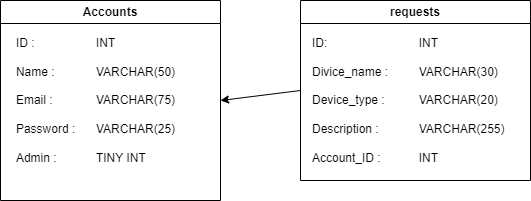
This is Documentation/Diagrammen/ERD.png from WhatABeatifulDuwang/UNeedIT, a draw.io export, as it was before one commit. Source tidied: cells renumbered, new cells last; positions are measured from the earlier drawing's top-left corner, leaving out a move shared by most shapes. Source of this version:
```xml
<mxGraphModel>
  <root>
    <mxCell id="0" />
    <mxCell id="1" parent="0" />
    <mxCell id="2" value="Accounts" style="swimlane;whiteSpace=wrap;html=1;" parent="1" vertex="1">
      <mxGeometry width="220" height="200" as="geometry" />
    </mxCell>
    <mxCell id="3" value="&lt;div&gt;&lt;br&gt;&lt;/div&gt;" style="text;html=1;align=left;verticalAlign=middle;strokeColor=none;fillColor=none;" parent="2" vertex="1">
      <mxGeometry y="35" width="20" height="30" as="geometry" />
    </mxCell>
    <mxCell id="4" value="&lt;div style=&quot;text-align: left;&quot;&gt;&lt;span style=&quot;background-color: initial;&quot;&gt;ID :&lt;span style=&quot;white-space: pre;&quot;&gt;&#9;&lt;/span&gt;&lt;span style=&quot;white-space: pre;&quot;&gt;&#9;&lt;/span&gt;&lt;span style=&quot;white-space: pre;&quot;&gt;&#9;&lt;/span&gt;&lt;/span&gt;&lt;span style=&quot;background-color: initial;&quot;&gt;INT&lt;/span&gt;&lt;/div&gt;&lt;div style=&quot;text-align: left;&quot;&gt;&lt;span style=&quot;background-color: initial;&quot;&gt;&lt;br&gt;&lt;/span&gt;&lt;/div&gt;&lt;div&gt;&lt;div style=&quot;text-align: left;&quot;&gt;&lt;span style=&quot;background-color: initial;&quot;&gt;Name :&lt;span style=&quot;white-space: pre;&quot;&gt;&#9;&lt;/span&gt;&lt;/span&gt;&lt;span style=&quot;background-color: initial; white-space-collapse: preserve;&quot;&gt;&lt;span style=&quot;white-space: pre;&quot;&gt;&#9;&lt;/span&gt;&lt;/span&gt;&lt;span style=&quot;background-color: initial;&quot;&gt;VARCHAR(50)&lt;/span&gt;&lt;/div&gt;&lt;div style=&quot;text-align: left;&quot;&gt;&lt;span style=&quot;background-color: initial;&quot;&gt;&lt;br&gt;&lt;/span&gt;&lt;/div&gt;&lt;div&gt;&lt;div style=&quot;text-align: left;&quot;&gt;Email :&lt;span style=&quot;white-space: pre;&quot;&gt;&#9;&lt;span style=&quot;white-space: pre;&quot;&gt;&#9;&lt;/span&gt;&lt;/span&gt;VARCHAR(75)&lt;/div&gt;&lt;div style=&quot;text-align: left;&quot;&gt;&lt;br&gt;&lt;/div&gt;&lt;div style=&quot;text-align: left;&quot;&gt;Password :&lt;span style=&quot;white-space: pre;&quot;&gt;&#9;&lt;/span&gt;VARCHAR(25)&lt;/div&gt;&lt;div style=&quot;text-align: left;&quot;&gt;&lt;br&gt;&lt;/div&gt;&lt;div style=&quot;text-align: left;&quot;&gt;Admin :&lt;span style=&quot;white-space: pre;&quot;&gt;&#9;&lt;span style=&quot;white-space: pre;&quot;&gt;&#9;&lt;/span&gt;&lt;/span&gt;TINY INT&lt;span style=&quot;white-space: pre;&quot;&gt;&#9;&lt;/span&gt;&lt;br&gt;&lt;/div&gt;&lt;/div&gt;&lt;/div&gt;" style="text;html=1;align=center;verticalAlign=middle;strokeColor=none;fillColor=none;" parent="2" vertex="1">
      <mxGeometry x="5" y="30" width="180" height="140" as="geometry" />
    </mxCell>
    <mxCell id="5" value="requests" style="swimlane;whiteSpace=wrap;html=1;" parent="1" vertex="1">
      <mxGeometry x="300" width="230" height="180" as="geometry" />
    </mxCell>
    <mxCell id="6" value="&lt;div&gt;&lt;br&gt;&lt;/div&gt;" style="text;html=1;align=left;verticalAlign=middle;strokeColor=none;fillColor=none;" parent="5" vertex="1">
      <mxGeometry y="35" width="20" height="30" as="geometry" />
    </mxCell>
    <mxCell id="7" value="ID:&lt;span style=&quot;white-space: pre;&quot;&gt;&#9;&lt;/span&gt;&lt;span style=&quot;white-space: pre;&quot;&gt;&#9;&lt;span style=&quot;white-space: pre;&quot;&gt;&#9;&lt;/span&gt;&lt;span style=&quot;white-space: pre;&quot;&gt;&#9;&lt;/span&gt;&lt;/span&gt;INT&lt;div&gt;&lt;br&gt;&lt;div&gt;Divice_name :&lt;span style=&quot;white-space: pre;&quot;&gt;&#9;&lt;span style=&quot;white-space: pre;&quot;&gt;&#9;&lt;/span&gt;&lt;/span&gt;VARCHAR(30)&lt;/div&gt;&lt;div&gt;&lt;br&gt;&lt;/div&gt;&lt;div&gt;Device_type :&lt;span style=&quot;white-space: pre;&quot;&gt;&#9;&lt;/span&gt;&lt;span style=&quot;white-space: pre;&quot;&gt;&#9;&lt;/span&gt;VARCHAR(20)&lt;/div&gt;&lt;div&gt;&lt;br&gt;&lt;/div&gt;&lt;div&gt;Description :&lt;span style=&quot;white-space: pre;&quot;&gt;&#9;&lt;/span&gt;&lt;span style=&quot;white-space: pre;&quot;&gt;&#9;&lt;/span&gt;VARCHAR(255)&lt;/div&gt;&lt;div&gt;&lt;br&gt;&lt;/div&gt;&lt;div&gt;Account_ID :&lt;span style=&quot;white-space: pre;&quot;&gt;&#9;&lt;/span&gt;&lt;span style=&quot;white-space: pre;&quot;&gt;&#9;&lt;/span&gt;INT&lt;/div&gt;&lt;/div&gt;" style="text;html=1;align=left;verticalAlign=middle;strokeColor=none;fillColor=none;" parent="5" vertex="1">
      <mxGeometry x="10" y="30" width="220" height="140" as="geometry" />
    </mxCell>
    <mxCell id="8" style="endArrow=classic;html=1;rounded=0;entryX=1;entryY=0.5;entryDx=0;entryDy=0;exitX=0;exitY=0.5;exitDx=0;exitDy=0;" parent="1" edge="1" source="5" target="2">
      <mxGeometry relative="1" as="geometry" />
    </mxCell>
  </root>
</mxGraphModel>
```
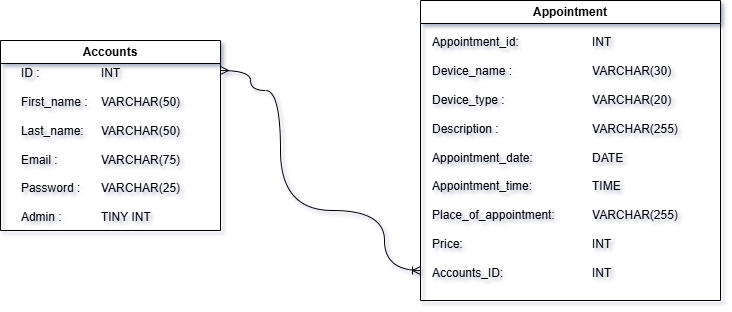
The same diagram one commit later.

Diff of the diagram source:
```diff
@@ -3,25 +3,36 @@
     <mxCell id="0" />
     <mxCell id="1" parent="0" />
     <mxCell id="2" value="Accounts" style="swimlane;whiteSpace=wrap;html=1;" parent="1" vertex="1">
-      <mxGeometry width="220" height="200" as="geometry" />
+      <mxGeometry width="220" height="190" as="geometry" />
     </mxCell>
     <mxCell id="3" value="&lt;div&gt;&lt;br&gt;&lt;/div&gt;" style="text;html=1;align=left;verticalAlign=middle;strokeColor=none;fillColor=none;" parent="2" vertex="1">
       <mxGeometry y="35" width="20" height="30" as="geometry" />
     </mxCell>
-    <mxCell id="4" value="&lt;div style=&quot;text-align: left;&quot;&gt;&lt;span style=&quot;background-color: initial;&quot;&gt;ID :&lt;span style=&quot;white-space: pre;&quot;&gt;&#9;&lt;/span&gt;&lt;span style=&quot;white-space: pre;&quot;&gt;&#9;&lt;/span&gt;&lt;span style=&quot;white-space: pre;&quot;&gt;&#9;&lt;/span&gt;&lt;/span&gt;&lt;span style=&quot;background-color: initial;&quot;&gt;INT&lt;/span&gt;&lt;/div&gt;&lt;div style=&quot;text-align: left;&quot;&gt;&lt;span style=&quot;background-color: initial;&quot;&gt;&lt;br&gt;&lt;/span&gt;&lt;/div&gt;&lt;div&gt;&lt;div style=&quot;text-align: left;&quot;&gt;&lt;span style=&quot;background-color: initial;&quot;&gt;Name :&lt;span style=&quot;white-space: pre;&quot;&gt;&#9;&lt;/span&gt;&lt;/span&gt;&lt;span style=&quot;background-color: initial; white-space-collapse: preserve;&quot;&gt;&lt;span style=&quot;white-space: pre;&quot;&gt;&#9;&lt;/span&gt;&lt;/span&gt;&lt;span style=&quot;background-color: initial;&quot;&gt;VARCHAR(50)&lt;/span&gt;&lt;/div&gt;&lt;div style=&quot;text-align: left;&quot;&gt;&lt;span style=&quot;background-color: initial;&quot;&gt;&lt;br&gt;&lt;/span&gt;&lt;/div&gt;&lt;div&gt;&lt;div style=&quot;text-align: left;&quot;&gt;Email :&lt;span style=&quot;white-space: pre;&quot;&gt;&#9;&lt;span style=&quot;white-space: pre;&quot;&gt;&#9;&lt;/span&gt;&lt;/span&gt;VARCHAR(75)&lt;/div&gt;&lt;div style=&quot;text-align: left;&quot;&gt;&lt;br&gt;&lt;/div&gt;&lt;div style=&quot;text-align: left;&quot;&gt;Password :&lt;span style=&quot;white-space: pre;&quot;&gt;&#9;&lt;/span&gt;VARCHAR(25)&lt;/div&gt;&lt;div style=&quot;text-align: left;&quot;&gt;&lt;br&gt;&lt;/div&gt;&lt;div style=&quot;text-align: left;&quot;&gt;Admin :&lt;span style=&quot;white-space: pre;&quot;&gt;&#9;&lt;span style=&quot;white-space: pre;&quot;&gt;&#9;&lt;/span&gt;&lt;/span&gt;TINY INT&lt;span style=&quot;white-space: pre;&quot;&gt;&#9;&lt;/span&gt;&lt;br&gt;&lt;/div&gt;&lt;/div&gt;&lt;/div&gt;" style="text;html=1;align=center;verticalAlign=middle;strokeColor=none;fillColor=none;" parent="2" vertex="1">
-      <mxGeometry x="5" y="30" width="180" height="140" as="geometry" />
+    <mxCell id="4" value="&lt;div style=&quot;text-align: left;&quot;&gt;&lt;span style=&quot;background-color: initial;&quot;&gt;ID :&lt;span style=&quot;white-space: pre;&quot;&gt;&#9;&lt;/span&gt;&lt;span style=&quot;white-space: pre;&quot;&gt;&#9;&lt;/span&gt;&lt;span style=&quot;white-space: pre;&quot;&gt;&#9;&lt;/span&gt;&lt;/span&gt;&lt;span style=&quot;background-color: initial;&quot;&gt;INT&lt;/span&gt;&lt;/div&gt;&lt;div style=&quot;text-align: left;&quot;&gt;&lt;span style=&quot;background-color: initial;&quot;&gt;&lt;br&gt;&lt;/span&gt;&lt;/div&gt;&lt;div&gt;&lt;div style=&quot;text-align: left;&quot;&gt;&lt;span style=&quot;background-color: initial;&quot;&gt;First_name :&lt;span style=&quot;white-space: pre;&quot;&gt;&#9;&lt;/span&gt;&lt;/span&gt;&lt;span style=&quot;background-color: initial;&quot;&gt;VARCHAR(50)&lt;/span&gt;&lt;/div&gt;&lt;div style=&quot;text-align: left;&quot;&gt;&lt;br&gt;&lt;/div&gt;&lt;div style=&quot;text-align: left;&quot;&gt;Last_name:&lt;span style=&quot;white-space: pre;&quot;&gt;&#9;&lt;/span&gt;VARCHAR(50)&lt;/div&gt;&lt;div style=&quot;text-align: left;&quot;&gt;&lt;br&gt;&lt;/div&gt;&lt;div&gt;&lt;div style=&quot;text-align: left;&quot;&gt;Email :&lt;span style=&quot;white-space: pre;&quot;&gt;&#9;&lt;span style=&quot;white-space: pre;&quot;&gt;&#9;&lt;/span&gt;&lt;/span&gt;VARCHAR(75)&lt;/div&gt;&lt;div style=&quot;text-align: left;&quot;&gt;&lt;br&gt;&lt;/div&gt;&lt;div style=&quot;text-align: left;&quot;&gt;Password :&lt;span style=&quot;white-space: pre;&quot;&gt;&#9;&lt;/span&gt;VARCHAR(25)&lt;/div&gt;&lt;div style=&quot;text-align: left;&quot;&gt;&lt;br&gt;&lt;/div&gt;&lt;div style=&quot;text-align: left;&quot;&gt;Admin :&lt;span style=&quot;white-space: pre;&quot;&gt;&#9;&lt;span style=&quot;white-space: pre;&quot;&gt;&#9;&lt;/span&gt;&lt;/span&gt;TINY INT&lt;span style=&quot;white-space: pre;&quot;&gt;&#9;&lt;/span&gt;&lt;br&gt;&lt;/div&gt;&lt;/div&gt;&lt;/div&gt;" style="text;html=1;align=center;verticalAlign=middle;strokeColor=none;fillColor=none;" parent="2" vertex="1">
+      <mxGeometry x="10" y="20" width="180" height="170" as="geometry" />
     </mxCell>
-    <mxCell id="5" value="requests" style="swimlane;whiteSpace=wrap;html=1;" parent="1" vertex="1">
-      <mxGeometry x="300" width="230" height="180" as="geometry" />
-    </mxCell>
+    <mxCell id="9" value="Appointment" style="swimlane;whiteSpace=wrap;html=1;" parent="1" vertex="1">
+      <mxGeometry x="420" y="-40" width="300" height="300" as="geometry" />
+    </mxCell>
-    <mxCell id="6" value="&lt;div&gt;&lt;br&gt;&lt;/div&gt;" style="text;html=1;align=left;verticalAlign=middle;strokeColor=none;fillColor=none;" parent="5" vertex="1">
+    <mxCell id="6" value="&lt;div&gt;&lt;br&gt;&lt;/div&gt;" style="text;html=1;align=left;verticalAlign=middle;strokeColor=none;fillColor=none;" parent="9" vertex="1">
       <mxGeometry y="35" width="20" height="30" as="geometry" />
     </mxCell>
-    <mxCell id="7" value="ID:&lt;span style=&quot;white-space: pre;&quot;&gt;&#9;&lt;/span&gt;&lt;span style=&quot;white-space: pre;&quot;&gt;&#9;&lt;span style=&quot;white-space: pre;&quot;&gt;&#9;&lt;/span&gt;&lt;span style=&quot;white-space: pre;&quot;&gt;&#9;&lt;/span&gt;&lt;/span&gt;INT&lt;div&gt;&lt;br&gt;&lt;div&gt;Divice_name :&lt;span style=&quot;white-space: pre;&quot;&gt;&#9;&lt;span style=&quot;white-space: pre;&quot;&gt;&#9;&lt;/span&gt;&lt;/span&gt;VARCHAR(30)&lt;/div&gt;&lt;div&gt;&lt;br&gt;&lt;/div&gt;&lt;div&gt;Device_type :&lt;span style=&quot;white-space: pre;&quot;&gt;&#9;&lt;/span&gt;&lt;span style=&quot;white-space: pre;&quot;&gt;&#9;&lt;/span&gt;VARCHAR(20)&lt;/div&gt;&lt;div&gt;&lt;br&gt;&lt;/div&gt;&lt;div&gt;Description :&lt;span style=&quot;white-space: pre;&quot;&gt;&#9;&lt;/span&gt;&lt;span style=&quot;white-space: pre;&quot;&gt;&#9;&lt;/span&gt;VARCHAR(255)&lt;/div&gt;&lt;div&gt;&lt;br&gt;&lt;/div&gt;&lt;div&gt;Account_ID :&lt;span style=&quot;white-space: pre;&quot;&gt;&#9;&lt;/span&gt;&lt;span style=&quot;white-space: pre;&quot;&gt;&#9;&lt;/span&gt;INT&lt;/div&gt;&lt;/div&gt;" style="text;html=1;align=left;verticalAlign=middle;strokeColor=none;fillColor=none;" parent="5" vertex="1">
-      <mxGeometry x="10" y="30" width="220" height="140" as="geometry" />
-    </mxCell>
-    <mxCell id="8" style="endArrow=classic;html=1;rounded=0;entryX=1;entryY=0.5;entryDx=0;entryDy=0;exitX=0;exitY=0.5;exitDx=0;exitDy=0;" parent="1" edge="1" source="5" target="2">
-      <mxGeometry relative="1" as="geometry" />
-    </mxCell>
+    <mxCell id="10" value="&lt;div&gt;&lt;span style=&quot;background-color: initial;&quot;&gt;&lt;br&gt;&lt;/span&gt;&lt;/div&gt;&lt;span style=&quot;background-color: initial;&quot;&gt;&lt;div&gt;&lt;span style=&quot;background-color: initial;&quot;&gt;Appointment_id:&lt;span style=&quot;white-space: pre;&quot;&gt;&#9;&lt;/span&gt;&lt;span style=&quot;white-space: pre;&quot;&gt;&#9;&lt;/span&gt;&lt;span style=&quot;white-space: pre;&quot;&gt;&#9;&lt;/span&gt;INT&lt;/span&gt;&lt;/div&gt;&lt;div&gt;&lt;span style=&quot;background-color: initial;&quot;&gt;&lt;br&gt;&lt;/span&gt;&lt;/div&gt;Device_name :&lt;/span&gt;&lt;span style=&quot;background-color: initial; white-space-collapse: preserve;&quot;&gt;&#9;&lt;span style=&quot;white-space-collapse: preserve;&quot;&gt;&#9;&lt;span style=&quot;white-space: pre;&quot;&gt;&#9;&lt;/span&gt;&lt;/span&gt;&lt;/span&gt;&lt;span style=&quot;background-color: initial;&quot;&gt;VARCHAR(30)&lt;/span&gt;&lt;div&gt;&lt;div&gt;&lt;br&gt;&lt;/div&gt;&lt;div&gt;Device_type :&lt;span style=&quot;white-space: pre;&quot;&gt;&#9;&lt;/span&gt;&lt;span style=&quot;white-space: pre;&quot;&gt;&#9;&lt;span style=&quot;white-space: pre;&quot;&gt;&#9;&lt;span style=&quot;white-space: pre;&quot;&gt;&#9;&lt;/span&gt;&lt;/span&gt;&lt;/span&gt;VARCHAR(20)&lt;/div&gt;&lt;div&gt;&lt;br&gt;&lt;/div&gt;&lt;div&gt;Description :&lt;span style=&quot;white-space: pre;&quot;&gt;&#9;&lt;/span&gt;&lt;span style=&quot;white-space: pre;&quot;&gt;&#9;&lt;span style=&quot;white-space: pre;&quot;&gt;&#9;&lt;span style=&quot;white-space: pre;&quot;&gt;&#9;&lt;/span&gt;&lt;/span&gt;&lt;/span&gt;VARCHAR(255)&lt;/div&gt;&lt;div&gt;&lt;br&gt;&lt;/div&gt;&lt;div&gt;Appointment_date:&lt;span style=&quot;white-space: pre;&quot;&gt;&#9;&lt;/span&gt;&lt;span style=&quot;white-space: pre;&quot;&gt;&#9;&lt;span style=&quot;white-space: pre;&quot;&gt;&#9;&lt;/span&gt;&lt;/span&gt;DATE&lt;/div&gt;&lt;/div&gt;&lt;div&gt;&lt;br&gt;&lt;/div&gt;&lt;div&gt;Appointment_time:&lt;span style=&quot;white-space: pre;&quot;&gt;&#9;&lt;span style=&quot;white-space: pre;&quot;&gt;&#9;&lt;/span&gt;&lt;span style=&quot;white-space: pre;&quot;&gt;&#9;&lt;/span&gt;&lt;/span&gt;TIME&lt;/div&gt;&lt;div&gt;&lt;span style=&quot;white-space: pre;&quot;&gt;&#9;&lt;/span&gt;&lt;br&gt;&lt;/div&gt;&lt;div&gt;Place_of_appointment:&lt;span style=&quot;white-space: pre;&quot;&gt;&#9;&lt;/span&gt;&lt;span style=&quot;white-space: pre;&quot;&gt;&#9;&lt;/span&gt;VARCHAR(255)&lt;/div&gt;&lt;div&gt;&lt;br&gt;&lt;/div&gt;&lt;div&gt;Price:&lt;span style=&quot;white-space: pre;&quot;&gt;&#9;&lt;/span&gt;&lt;span style=&quot;white-space: pre;&quot;&gt;&#9;&lt;/span&gt;&lt;span style=&quot;white-space: pre;&quot;&gt;&#9;&lt;/span&gt;&lt;span style=&quot;white-space: pre;&quot;&gt;&#9;&lt;span style=&quot;white-space: pre;&quot;&gt;&#9;&lt;/span&gt;&lt;/span&gt;INT&lt;/div&gt;&lt;div&gt;&lt;br&gt;&lt;/div&gt;&lt;div&gt;Accounts_ID:&lt;span style=&quot;white-space: pre;&quot;&gt;&#9;&lt;/span&gt;&lt;span style=&quot;white-space: pre;&quot;&gt;&#9;&lt;/span&gt;&lt;span style=&quot;white-space: pre;&quot;&gt;&#9;&lt;span style=&quot;white-space: pre;&quot;&gt;&#9;&lt;/span&gt;&lt;/span&gt;INT&lt;/div&gt;" style="text;html=1;align=left;verticalAlign=middle;strokeColor=none;fillColor=none;" parent="9" vertex="1">
+      <mxGeometry x="10" y="15" width="270" height="270" as="geometry" />
+    </mxCell>
+    <mxCell id="11" style="endArrow=ERoneToMany;html=1;rounded=0;edgeStyle=orthogonalEdgeStyle;curved=1;startArrow=ERmany;startFill=0;endFill=0;" parent="1" edge="1">
+      <mxGeometry relative="1" as="geometry">
+        <mxPoint x="220" y="30" as="sourcePoint" />
+        <mxPoint x="420" y="230" as="targetPoint" />
+        <Array as="points">
+          <mxPoint x="250" y="30" />
+          <mxPoint x="250" y="50" />
+          <mxPoint x="280" y="50" />
+          <mxPoint x="280" y="170" />
+          <mxPoint x="384" y="170" />
+          <mxPoint x="384" y="230" />
+        </Array>
+      </mxGeometry>
+    </mxCell>
   </root>
 </mxGraphModel>
```
